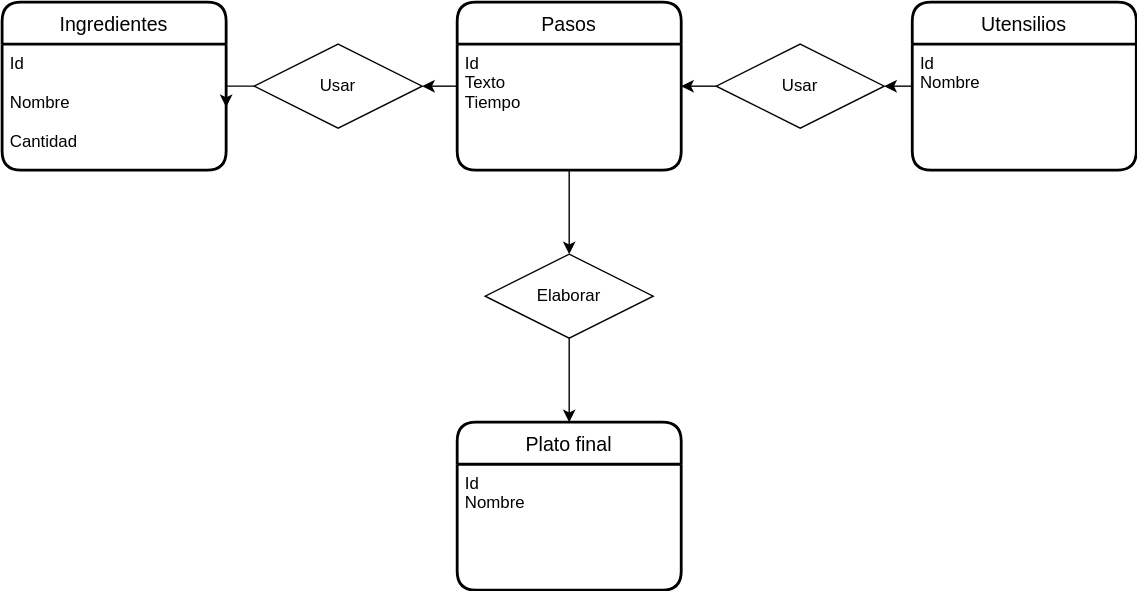
Jimxx22/C3-UD11-UML keeps this draw.io diagram as UD12-09.svg. Above is the earlier version. Source tidied: cells renumbered, new cells last; positions are measured from the earlier drawing's top-left corner, leaving out a move shared by most shapes.
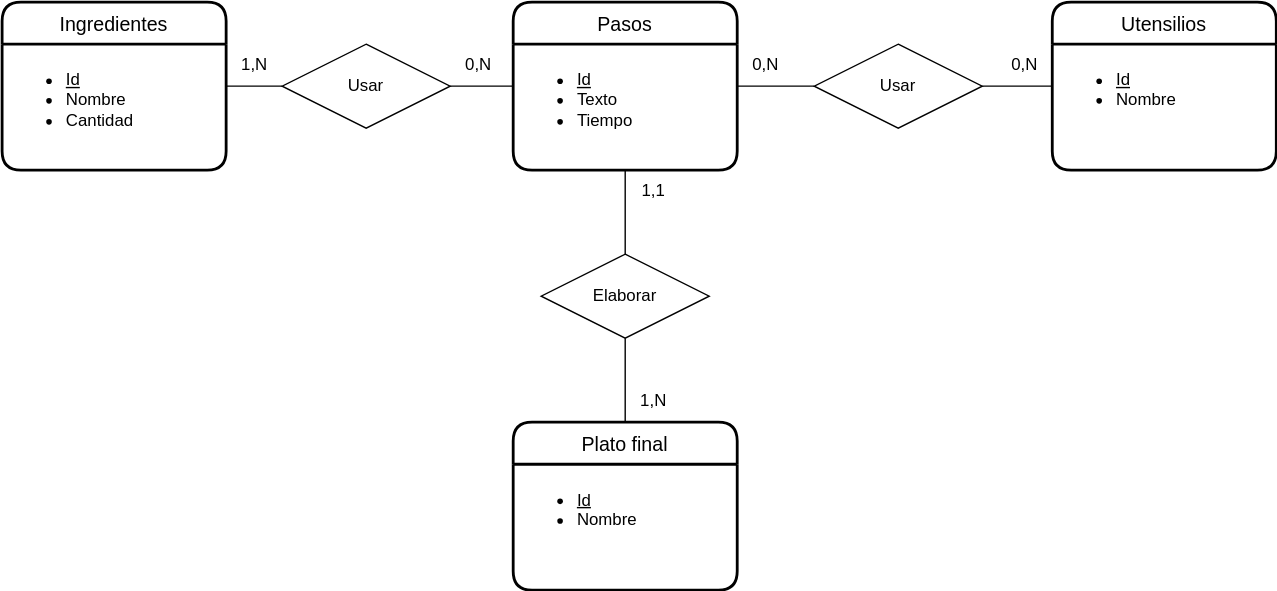
Later version of the same file.

Diff of the diagram source:
```diff
@@ -3,55 +3,78 @@
     <mxCell id="0" />
     <mxCell id="1" parent="0" />
     <mxCell id="2" value="Ingredientes" style="swimlane;horizontal=1;startSize=30;rounded=1;fontSize=14;fontStyle=0;strokeWidth=2;shadow=0;dashed=0;align=center;" parent="1" vertex="1">
-      <mxGeometry width="160" height="120" as="geometry" />
+      <mxGeometry x="-40" width="160" height="120" as="geometry" />
     </mxCell>
-    <mxCell id="3" value="Id &#10;&#10;Nombre &#10;&#10;Cantidad &#10;" style="align=left;strokeColor=none;fillColor=none;spacingLeft=4;fontSize=12;verticalAlign=top;" parent="2" vertex="1">
+    <mxCell id="3" value="&lt;ul&gt;&lt;li&gt;&lt;u&gt;Id&lt;/u&gt;&lt;/li&gt;&lt;li&gt;Nombre&lt;/li&gt;&lt;li&gt;Cantidad &lt;/li&gt;&lt;/ul&gt;" style="align=left;strokeColor=none;fillColor=none;spacingLeft=4;fontSize=12;verticalAlign=top;html=1;" parent="2" vertex="1">
       <mxGeometry y="30" width="160" height="90" as="geometry" />
     </mxCell>
-    <mxCell id="4" style="edgeStyle=orthogonalEdgeStyle;rounded=0;jettySize=auto;html=1;exitX=0;exitY=0.5;exitDx=0;exitDy=0;entryX=1;entryY=0.5;entryDx=0;entryDy=0;" parent="1" edge="1" source="5" target="15">
+    <mxCell id="4" style="edgeStyle=orthogonalEdgeStyle;rounded=0;jettySize=auto;html=1;exitX=0;exitY=0.5;exitDx=0;exitDy=0;entryX=1;entryY=0.5;entryDx=0;entryDy=0;endArrow=none;endFill=0;" parent="1" edge="1" source="5" target="15">
       <mxGeometry relative="1" as="geometry" />
     </mxCell>
     <mxCell id="5" value="Utensilios" style="swimlane;horizontal=1;startSize=30;rounded=1;fontSize=14;fontStyle=0;strokeWidth=2;shadow=0;dashed=0;align=center;" parent="1" vertex="1">
-      <mxGeometry x="650" width="160" height="120" as="geometry" />
+      <mxGeometry x="710" width="160" height="120" as="geometry" />
     </mxCell>
-    <mxCell id="6" value="Id&#10;Nombre&#10;" style="align=left;strokeColor=none;fillColor=none;spacingLeft=4;fontSize=12;verticalAlign=top;" parent="5" vertex="1">
+    <mxCell id="6" value="&lt;ul&gt;&lt;li&gt;&lt;u&gt;Id&lt;/u&gt;&lt;/li&gt;&lt;li&gt;Nombre&lt;/li&gt;&lt;/ul&gt;" style="align=left;strokeColor=none;fillColor=none;spacingLeft=4;fontSize=12;verticalAlign=top;html=1;" parent="5" vertex="1">
       <mxGeometry y="30" width="160" height="90" as="geometry" />
     </mxCell>
-    <mxCell id="7" style="edgeStyle=orthogonalEdgeStyle;rounded=0;jettySize=auto;html=1;exitX=0;exitY=0.5;exitDx=0;exitDy=0;entryX=1;entryY=0.5;entryDx=0;entryDy=0;" parent="1" edge="1" source="8" target="13">
+    <mxCell id="7" style="edgeStyle=orthogonalEdgeStyle;rounded=0;jettySize=auto;html=1;exitX=0;exitY=0.5;exitDx=0;exitDy=0;entryX=1;entryY=0.5;entryDx=0;entryDy=0;endArrow=none;endFill=0;" parent="1" edge="1" source="8" target="13">
       <mxGeometry relative="1" as="geometry" />
     </mxCell>
     <mxCell id="8" value="Pasos" style="swimlane;horizontal=1;startSize=30;rounded=1;fontSize=14;fontStyle=0;strokeWidth=2;shadow=0;dashed=0;align=center;" parent="1" vertex="1">
       <mxGeometry x="325" width="160" height="120" as="geometry" />
     </mxCell>
-    <mxCell id="9" value="Id&#10;Texto&#10;Tiempo&#10;" style="align=left;strokeColor=none;fillColor=none;spacingLeft=4;fontSize=12;verticalAlign=top;" parent="8" vertex="1">
+    <mxCell id="9" value="&lt;ul&gt;&lt;li&gt;&lt;u&gt;Id&lt;/u&gt;&lt;/li&gt;&lt;li&gt;Texto&lt;/li&gt;&lt;li&gt;Tiempo&lt;/li&gt;&lt;/ul&gt;" style="align=left;strokeColor=none;fillColor=none;spacingLeft=4;fontSize=12;verticalAlign=top;html=1;" parent="8" vertex="1">
       <mxGeometry y="30" width="160" height="90" as="geometry" />
     </mxCell>
     <mxCell id="10" value="Plato final" style="swimlane;horizontal=1;startSize=30;rounded=1;fontSize=14;fontStyle=0;strokeWidth=2;shadow=0;dashed=0;align=center;" parent="1" vertex="1">
       <mxGeometry x="325" y="300" width="160" height="120" as="geometry" />
     </mxCell>
-    <mxCell id="11" value="Id&#10;Nombre&#10;" style="align=left;strokeColor=none;fillColor=none;spacingLeft=4;fontSize=12;verticalAlign=top;" parent="10" vertex="1">
+    <mxCell id="11" value="&lt;ul&gt;&lt;li&gt;&lt;u&gt;Id&lt;/u&gt;&lt;/li&gt;&lt;li&gt;Nombre&lt;/li&gt;&lt;/ul&gt;" style="align=left;strokeColor=none;fillColor=none;spacingLeft=4;fontSize=12;verticalAlign=top;html=1;" parent="10" vertex="1">
       <mxGeometry y="30" width="160" height="90" as="geometry" />
     </mxCell>
-    <mxCell id="12" style="edgeStyle=orthogonalEdgeStyle;rounded=0;jettySize=auto;html=1;exitX=0;exitY=0.5;exitDx=0;exitDy=0;" parent="1" edge="1" source="13" target="3">
-      <mxGeometry relative="1" as="geometry" />
+    <mxCell id="12" style="edgeStyle=orthogonalEdgeStyle;rounded=0;jettySize=auto;html=1;exitX=0;exitY=0.5;exitDx=0;exitDy=0;endArrow=none;endFill=0;" parent="1" edge="1" source="13" target="3">
+      <mxGeometry relative="1" as="geometry">
+        <Array as="points">
+          <mxPoint x="140" y="60" />
+          <mxPoint x="140" y="60" />
+        </Array>
+      </mxGeometry>
     </mxCell>
     <mxCell id="13" value="Usar" style="shape=rhombus;perimeter=rhombusPerimeter;whiteSpace=wrap;html=1;align=center;" parent="1" vertex="1">
-      <mxGeometry x="180" y="30" width="120" height="60" as="geometry" />
+      <mxGeometry x="160" y="30" width="120" height="60" as="geometry" />
     </mxCell>
-    <mxCell id="14" style="edgeStyle=orthogonalEdgeStyle;rounded=0;jettySize=auto;html=1;exitX=0;exitY=0.5;exitDx=0;exitDy=0;entryX=1;entryY=0.5;entryDx=0;entryDy=0;" parent="1" edge="1" source="15" target="8">
+    <mxCell id="14" style="edgeStyle=orthogonalEdgeStyle;rounded=0;jettySize=auto;html=1;exitX=0;exitY=0.5;exitDx=0;exitDy=0;entryX=1;entryY=0.5;entryDx=0;entryDy=0;endArrow=none;endFill=0;" parent="1" edge="1" source="15" target="8">
       <mxGeometry relative="1" as="geometry" />
     </mxCell>
     <mxCell id="15" value="Usar" style="shape=rhombus;perimeter=rhombusPerimeter;whiteSpace=wrap;html=1;align=center;" parent="1" vertex="1">
-      <mxGeometry x="510" y="30" width="120" height="60" as="geometry" />
+      <mxGeometry x="540" y="30" width="120" height="60" as="geometry" />
     </mxCell>
-    <mxCell id="16" style="edgeStyle=orthogonalEdgeStyle;rounded=0;jettySize=auto;html=1;exitX=0.5;exitY=1;exitDx=0;exitDy=0;entryX=0.5;entryY=0;entryDx=0;entryDy=0;" parent="1" edge="1" source="17" target="10">
+    <mxCell id="16" style="edgeStyle=orthogonalEdgeStyle;rounded=0;jettySize=auto;html=1;exitX=0.5;exitY=1;exitDx=0;exitDy=0;entryX=0.5;entryY=0;entryDx=0;entryDy=0;endArrow=none;endFill=0;" parent="1" edge="1" source="17" target="10">
       <mxGeometry relative="1" as="geometry" />
     </mxCell>
     <mxCell id="17" value="Elaborar" style="shape=rhombus;perimeter=rhombusPerimeter;whiteSpace=wrap;html=1;align=center;" parent="1" vertex="1">
       <mxGeometry x="345" y="180" width="120" height="60" as="geometry" />
     </mxCell>
-    <mxCell id="18" style="edgeStyle=orthogonalEdgeStyle;rounded=0;jettySize=auto;html=1;exitX=0.5;exitY=1;exitDx=0;exitDy=0;entryX=0.5;entryY=0;entryDx=0;entryDy=0;" parent="1" edge="1" source="9" target="17">
+    <mxCell id="18" style="edgeStyle=orthogonalEdgeStyle;rounded=0;jettySize=auto;html=1;exitX=0.5;exitY=1;exitDx=0;exitDy=0;entryX=0.5;entryY=0;entryDx=0;entryDy=0;endArrow=none;endFill=0;" parent="1" edge="1" source="9" target="17">
       <mxGeometry relative="1" as="geometry" />
     </mxCell>
+    <mxCell id="19" value="1,N" style="text;html=1;align=center;verticalAlign=middle;strokeColor=none;fillColor=none;" parent="1" vertex="1">
+      <mxGeometry x="120" y="30" width="40" height="30" as="geometry" />
+    </mxCell>
+    <mxCell id="20" value="0,N" style="text;html=1;align=center;verticalAlign=middle;strokeColor=none;fillColor=none;" parent="1" vertex="1">
+      <mxGeometry x="280" y="30" width="40" height="30" as="geometry" />
+    </mxCell>
+    <mxCell id="21" value="0,N" style="text;html=1;align=center;verticalAlign=middle;strokeColor=none;fillColor=none;" parent="1" vertex="1">
+      <mxGeometry x="670" y="30" width="40" height="30" as="geometry" />
+    </mxCell>
+    <mxCell id="22" value="0,N" style="text;html=1;align=center;verticalAlign=middle;strokeColor=none;fillColor=none;" parent="1" vertex="1">
+      <mxGeometry x="485" y="30" width="40" height="30" as="geometry" />
+    </mxCell>
+    <mxCell id="23" value="1,1" style="text;html=1;align=center;verticalAlign=middle;strokeColor=none;fillColor=none;" parent="1" vertex="1">
+      <mxGeometry x="405" y="120" width="40" height="30" as="geometry" />
+    </mxCell>
+    <mxCell id="24" value="1,N" style="text;html=1;align=center;verticalAlign=middle;strokeColor=none;fillColor=none;" parent="1" vertex="1">
+      <mxGeometry x="405" y="270" width="40" height="30" as="geometry" />
+    </mxCell>
   </root>
 </mxGraphModel>
```
